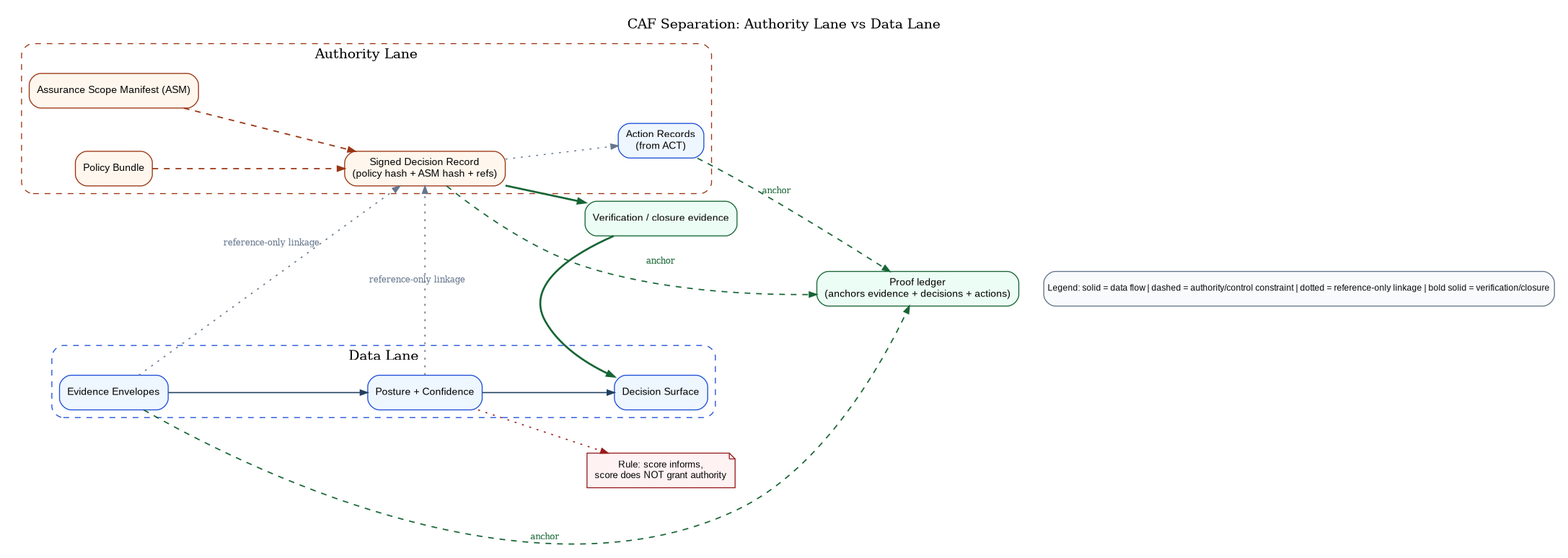
anboas/Whitepaper keeps this Graphviz diagram as papers/caf-ra/diagrams/caf_authority_data_separation.png. Above is the earlier version. Its source is kept beside it as papers/caf-ra/diagrams-src/caf_authority_data_separation.dot.
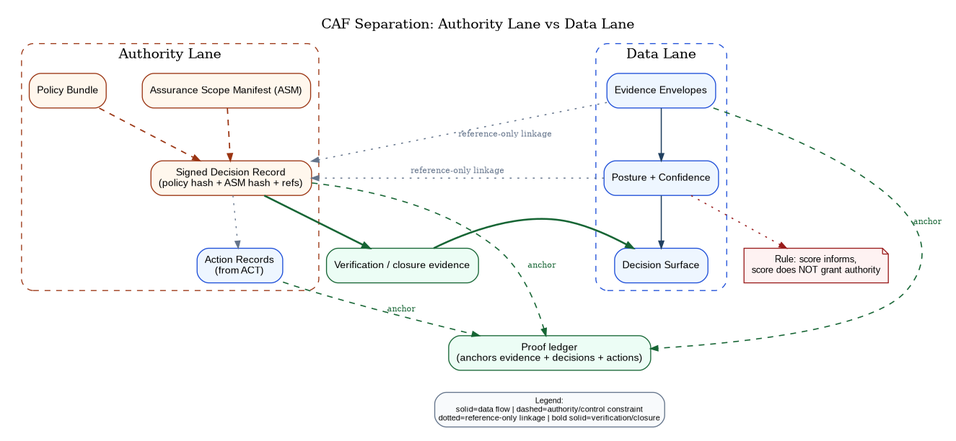
Above is the later version.

Change to the diagram source:
```diff
@@ -1,16 +1,16 @@
 digraph CAFAuthorityData {
-  rankdir=LR;
+  rankdir=TB;
   graph [
     bgcolor="white",
     pad="0.20",
-    nodesep="0.62",
-    ranksep="0.72",
+    nodesep="0.52",
+    ranksep="0.62",
     labelloc="t",
     label="CAF Separation: Authority Lane vs Data Lane"
   ];
 
-  node [shape=box, style="rounded,filled", fillcolor="#F8FAFC", color="#204060", fontname="Arial", fontsize=10.5];
-  edge [color="#204060", arrowsize=0.75, penwidth=1.2];
+  node [shape=box, style="rounded,filled", fillcolor="#F8FAFC", color="#204060", fontname="Arial", fontsize=10.3];
+  edge [color="#204060", arrowsize=0.74, penwidth=1.15];
 
   subgraph cluster_auth {
     label="Authority Lane";
@@ -20,9 +20,9 @@
     Policy [label="Policy Bundle", fillcolor="#FFF7ED", color="#9A3412"];
     Decision [label="Signed Decision Record\n(policy hash + ASM hash + refs)", fillcolor="#FFF7ED", color="#9A3412"];
     Action [label="Action Records\n(from ACT)", fillcolor="#EEF6FF", color="#1D4ED8"];
-    ASM -> Decision [style=dashed, color="#9A3412", penwidth=1.35];
-    Policy -> Decision [style=dashed, color="#9A3412", penwidth=1.35];
-    Decision -> Action [style=dotted, color="#64748B", penwidth=1.1];
+    ASM -> Decision [style=dashed, color="#9A3412", penwidth=1.30];
+    Policy -> Decision [style=dashed, color="#9A3412", penwidth=1.30];
+    Decision -> Action [style=dotted, color="#64748B", penwidth=1.0];
   }
 
   subgraph cluster_data {
@@ -35,19 +35,19 @@
     Evidence -> Posture -> Surface;
   }
 
-  Evidence -> Decision [label="reference-only linkage", style=dotted, color="#64748B", fontcolor="#64748B", fontsize=8.7];
-  Posture -> Decision [label="reference-only linkage", style=dotted, color="#64748B", fontcolor="#64748B", fontsize=8.7];
+  Evidence -> Decision [label="reference-only linkage", style=dotted, color="#64748B", fontcolor="#64748B", fontsize=8.4];
+  Posture -> Decision [label="reference-only linkage", style=dotted, color="#64748B", fontcolor="#64748B", fontsize=8.4];
 
   Verify [label="Verification / closure evidence", fillcolor="#ECFDF5", color="#166534"];
-  Decision -> Verify [style=bold, color="#166534", penwidth=2.0];
-  Verify -> Surface [style=bold, color="#166534", penwidth=2.0];
+  Decision -> Verify [style=bold, color="#166534", penwidth=1.9];
+  Verify -> Surface [style=bold, color="#166534", penwidth=1.9];
 
   Ledger [label="Proof ledger\n(anchors evidence + decisions + actions)", fillcolor="#ECFDF5", color="#166534"];
-  Evidence -> Ledger [style=dashed, color="#166534", penwidth=1.3, label="anchor", fontsize=8.7, fontcolor="#166534"];
-  Decision -> Ledger [style=dashed, color="#166534", penwidth=1.3, label="anchor", fontsize=8.7, fontcolor="#166534"];
-  Action -> Ledger [style=dashed, color="#166534", penwidth=1.3, label="anchor", fontsize=8.7, fontcolor="#166534"];
+  Evidence -> Ledger [style=dashed, color="#166534", penwidth=1.2, label="anchor", fontsize=8.5, fontcolor="#166534"];
+  Decision -> Ledger [style=dashed, color="#166534", penwidth=1.2, label="anchor", fontsize=8.5, fontcolor="#166534"];
+  Action -> Ledger [style=dashed, color="#166534", penwidth=1.2, label="anchor", fontsize=8.5, fontcolor="#166534"];
 
-  Guard [label="Rule: score informs,\nscore does NOT grant authority", shape=note, fillcolor="#FEF2F2", color="#991B1B", fontsize=10];
+  Guard [label="Rule: score informs,\nscore does NOT grant authority", shape=note, fillcolor="#FEF2F2", color="#991B1B", fontsize=9.6];
   Posture -> Guard [style=dotted, color="#991B1B"];
 
   Legend [
@@ -56,9 +56,9 @@
     fillcolor="#F8FAFC",
     color="#64748B",
     fontname="Arial",
-    fontsize=8.8,
+    fontsize=8.5,
     margin="0.06,0.05",
-    label="Legend: solid = data flow | dashed = authority/control constraint | dotted = reference-only linkage | bold solid = verification/closure"
+    label="Legend:\nsolid=data flow | dashed=authority/control constraint\ndotted=reference-only linkage | bold solid=verification/closure"
   ];
 
   { rank=sink; Legend; }
```
